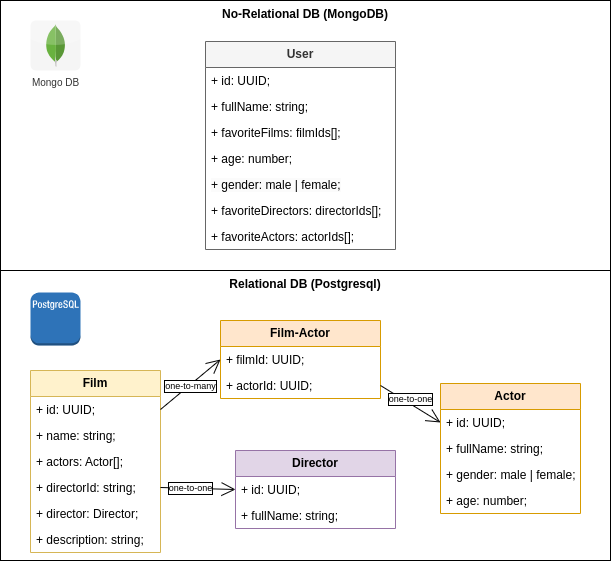
Above: Movies-library.drawio.png in 21Michael/movies-library (draw.io), before the change. Source tidied: cells renumbered, new cells last; positions are measured from the earlier drawing's top-left corner, leaving out a move shared by most shapes.
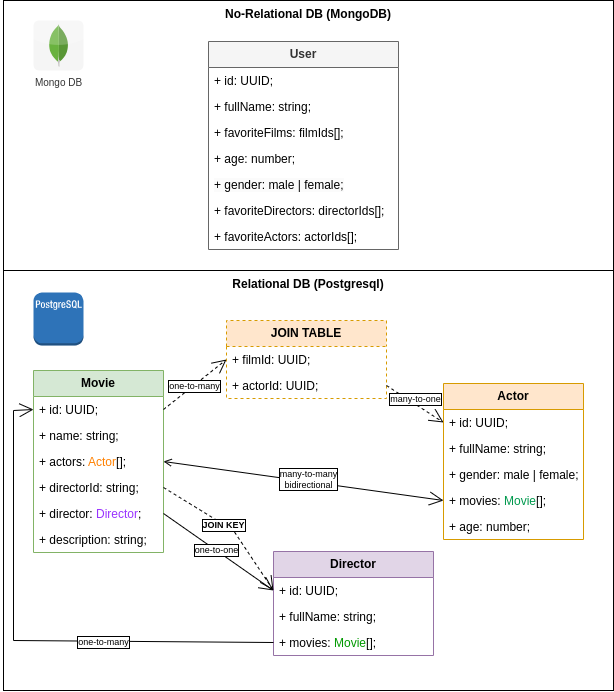
Above is the later version.

Diff of the diagram source:
```diff
@@ -3,9 +3,9 @@
     <mxCell id="0" />
     <mxCell id="1" parent="0" />
     <mxCell id="2" value="Relational DB (Postgresql)" style="rounded=0;whiteSpace=wrap;html=1;verticalAlign=top;fontStyle=1;" parent="1" vertex="1">
-      <mxGeometry y="270" width="610" height="290" as="geometry" />
+      <mxGeometry y="270" width="610" height="420" as="geometry" />
     </mxCell>
-    <mxCell id="3" value="&lt;b&gt;Film&lt;/b&gt;" style="swimlane;fontStyle=0;horizontal=1;startSize=26;fillColor=#fff2cc;whiteSpace=wrap;html=1;strokeColor=#d6b656;" parent="1" vertex="1">
+    <mxCell id="3" value="&lt;b&gt;Movie&lt;/b&gt;" style="swimlane;fontStyle=0;horizontal=1;startSize=26;fillColor=#d5e8d4;whiteSpace=wrap;html=1;strokeColor=#82b366;" parent="1" vertex="1">
       <mxGeometry x="30" y="370" width="130" height="182" as="geometry" />
     </mxCell>
     <mxCell id="4" value="+ id: UUID;" style="text;strokeColor=none;fillColor=none;align=left;verticalAlign=top;spacingLeft=4;spacingRight=4;overflow=hidden;points=[[0,0.5],[1,0.5]];portConstraint=eastwest;whiteSpace=wrap;html=1;" parent="3" vertex="1">
@@ -14,20 +14,20 @@
     <mxCell id="5" value="+ name: string;" style="text;strokeColor=none;fillColor=none;align=left;verticalAlign=top;spacingLeft=4;spacingRight=4;overflow=hidden;whiteSpace=wrap;html=1;" parent="3" vertex="1">
       <mxGeometry y="52" width="130" height="26" as="geometry" />
     </mxCell>
-    <mxCell id="6" value="+ actors: Actor[];" style="text;strokeColor=none;fillColor=none;align=left;verticalAlign=top;spacingLeft=4;spacingRight=4;overflow=hidden;points=[[0,0.5],[1,0.5]];portConstraint=eastwest;whiteSpace=wrap;html=1;" parent="3" vertex="1">
+    <mxCell id="6" value="+ actors: &lt;font color=&quot;#ff8000&quot;&gt;Actor&lt;/font&gt;[];" style="text;strokeColor=none;fillColor=none;align=left;verticalAlign=top;spacingLeft=4;spacingRight=4;overflow=hidden;points=[[0,0.5],[1,0.5]];portConstraint=eastwest;whiteSpace=wrap;html=1;" parent="3" vertex="1">
       <mxGeometry y="78" width="130" height="26" as="geometry" />
     </mxCell>
     <mxCell id="7" value="+ directorId: string;" style="text;strokeColor=none;fillColor=none;align=left;verticalAlign=top;spacingLeft=4;spacingRight=4;overflow=hidden;points=[[0,0.5],[1,0.5]];portConstraint=eastwest;whiteSpace=wrap;html=1;" parent="3" vertex="1">
       <mxGeometry y="104" width="130" height="26" as="geometry" />
     </mxCell>
-    <mxCell id="8" value="+ director: Director;" style="text;strokeColor=none;fillColor=none;align=left;verticalAlign=top;spacingLeft=4;spacingRight=4;overflow=hidden;points=[[0,0.5],[1,0.5]];portConstraint=eastwest;whiteSpace=wrap;html=1;" parent="3" vertex="1">
+    <mxCell id="8" value="+ director: &lt;font color=&quot;#9933ff&quot;&gt;Director&lt;/font&gt;;" style="text;strokeColor=none;fillColor=none;align=left;verticalAlign=top;spacingLeft=4;spacingRight=4;overflow=hidden;points=[[0,0.5],[1,0.5]];portConstraint=eastwest;whiteSpace=wrap;html=1;" parent="3" vertex="1">
       <mxGeometry y="130" width="130" height="26" as="geometry" />
     </mxCell>
     <mxCell id="9" value="+ description: string;" style="text;strokeColor=none;fillColor=none;align=left;verticalAlign=top;spacingLeft=4;spacingRight=4;overflow=hidden;whiteSpace=wrap;html=1;" parent="3" vertex="1">
       <mxGeometry y="156" width="130" height="26" as="geometry" />
     </mxCell>
     <mxCell id="10" value="&lt;b&gt;Director&lt;/b&gt;" style="swimlane;fontStyle=0;horizontal=1;startSize=26;fillColor=#e1d5e7;whiteSpace=wrap;html=1;strokeColor=#9673a6;" parent="1" vertex="1">
-      <mxGeometry x="235" y="450" width="160" height="78" as="geometry" />
+      <mxGeometry x="270" y="551" width="160" height="104" as="geometry" />
     </mxCell>
     <mxCell id="11" value="+ id: UUID;" style="text;strokeColor=none;fillColor=none;align=left;verticalAlign=top;spacingLeft=4;spacingRight=4;overflow=hidden;points=[[0,0.5],[1,0.5]];portConstraint=eastwest;whiteSpace=wrap;html=1;" parent="10" vertex="1">
       <mxGeometry y="26" width="160" height="26" as="geometry" />
@@ -35,8 +35,11 @@
     <mxCell id="12" value="+ fullName: string;" style="text;strokeColor=none;fillColor=none;align=left;verticalAlign=top;spacingLeft=4;spacingRight=4;overflow=hidden;whiteSpace=wrap;html=1;" parent="10" vertex="1">
       <mxGeometry y="52" width="160" height="26" as="geometry" />
     </mxCell>
+    <mxCell id="38" value="+ movies: &lt;font color=&quot;#009900&quot;&gt;Movie&lt;/font&gt;[];" style="text;strokeColor=none;fillColor=none;align=left;verticalAlign=top;spacingLeft=4;spacingRight=4;overflow=hidden;points=[[0,0.5],[1,0.5]];portConstraint=eastwest;whiteSpace=wrap;html=1;" parent="10" vertex="1">
+      <mxGeometry y="78" width="160" height="26" as="geometry" />
+    </mxCell>
     <mxCell id="13" value="&lt;b&gt;Actor&lt;/b&gt;" style="swimlane;fontStyle=0;horizontal=1;startSize=26;fillColor=#ffe6cc;whiteSpace=wrap;html=1;strokeColor=#d79b00;" parent="1" vertex="1">
-      <mxGeometry x="440" y="383" width="140" height="130" as="geometry" />
+      <mxGeometry x="440" y="383" width="140" height="156" as="geometry" />
     </mxCell>
     <mxCell id="14" value="+ id: UUID;" style="text;strokeColor=none;fillColor=none;align=left;verticalAlign=top;spacingLeft=4;spacingRight=4;overflow=hidden;points=[[0,0.5],[1,0.5]];portConstraint=eastwest;whiteSpace=wrap;html=1;" parent="13" vertex="1">
       <mxGeometry y="26" width="140" height="26" as="geometry" />
@@ -47,9 +50,12 @@
     <mxCell id="16" value="+ gender: male | female;" style="text;strokeColor=none;fillColor=none;align=left;verticalAlign=top;spacingLeft=4;spacingRight=4;overflow=hidden;whiteSpace=wrap;html=1;" parent="13" vertex="1">
       <mxGeometry y="78" width="140" height="26" as="geometry" />
     </mxCell>
-    <mxCell id="17" value="+ age: number;" style="text;strokeColor=none;fillColor=none;align=left;verticalAlign=top;spacingLeft=4;spacingRight=4;overflow=hidden;points=[[0,0.5],[1,0.5]];portConstraint=eastwest;whiteSpace=wrap;html=1;" parent="13" vertex="1">
+    <mxCell id="17" value="+ movies: &lt;font color=&quot;#00994d&quot;&gt;Movie&lt;/font&gt;[];" style="text;strokeColor=none;fillColor=none;align=left;verticalAlign=top;spacingLeft=4;spacingRight=4;overflow=hidden;points=[[0,0.5],[1,0.5]];portConstraint=eastwest;whiteSpace=wrap;html=1;" parent="13" vertex="1">
       <mxGeometry y="104" width="140" height="26" as="geometry" />
     </mxCell>
+    <mxCell id="39" value="+ age: number;&lt;br&gt;" style="text;strokeColor=none;fillColor=none;align=left;verticalAlign=top;spacingLeft=4;spacingRight=4;overflow=hidden;whiteSpace=wrap;html=1;" parent="13" vertex="1">
+      <mxGeometry y="130" width="140" height="26" as="geometry" />
+    </mxCell>
     <mxCell id="18" style="dashed=0;verticalLabelPosition=bottom;verticalAlign=top;align=center;html=1;shape=mxgraph.aws3.postgre_sql_instance;fillColor=#2E73B8;gradientColor=none;" parent="1" vertex="1">
       <mxGeometry x="30" y="292" width="50" height="53" as="geometry" />
     </mxCell>
@@ -83,8 +89,8 @@
     <mxCell id="28" value="Mongo DB" style="dashed=0;html=1;align=center;labelPosition=center;verticalLabelPosition=bottom;verticalAlign=top;shape=mxgraph.webicons.mongodb;fontSize=10;labelBackgroundColor=none;labelBorderColor=none;fillColor=#f5f5f5;fontColor=#333333;strokeColor=default;" parent="1" vertex="1">
       <mxGeometry x="30" y="20" width="50" height="50" as="geometry" />
     </mxCell>
-    <mxCell id="29" value="&lt;b&gt;Film-Actor&lt;/b&gt;" style="swimlane;fontStyle=0;horizontal=1;startSize=26;fillColor=#ffe6cc;whiteSpace=wrap;html=1;strokeColor=#d79b00;" parent="1" vertex="1">
-      <mxGeometry x="220" y="320" width="160" height="78" as="geometry" />
+    <mxCell id="29" value="&lt;b&gt;JOIN TABLE&lt;/b&gt;" style="swimlane;fontStyle=0;horizontal=1;startSize=26;fillColor=#ffe6cc;whiteSpace=wrap;html=1;strokeColor=#d79b00;dashed=1;" parent="1" vertex="1">
+      <mxGeometry x="223" y="320" width="160" height="78" as="geometry" />
     </mxCell>
     <mxCell id="30" value="+ filmId: UUID;" style="text;strokeColor=none;fillColor=none;align=left;verticalAlign=top;spacingLeft=4;spacingRight=4;overflow=hidden;points=[[0,0.5],[1,0.5]];portConstraint=eastwest;whiteSpace=wrap;html=1;" parent="29" vertex="1">
       <mxGeometry y="26" width="160" height="26" as="geometry" />
@@ -92,15 +98,15 @@
     <mxCell id="31" value="+ actorId: UUID;" style="text;strokeColor=none;fillColor=none;align=left;verticalAlign=top;spacingLeft=4;spacingRight=4;overflow=hidden;points=[[0,0.5],[1,0.5]];portConstraint=eastwest;whiteSpace=wrap;html=1;" parent="29" vertex="1">
       <mxGeometry y="52" width="160" height="26" as="geometry" />
     </mxCell>
-    <mxCell id="32" style="endArrow=open;endFill=1;endSize=12;html=1;rounded=0;exitX=1;exitY=0.5;exitDx=0;exitDy=0;entryX=0;entryY=0.5;entryDx=0;entryDy=0;" parent="1" edge="1" source="7" target="11">
+    <mxCell id="32" style="endArrow=open;endFill=1;endSize=12;html=1;rounded=0;exitX=1;exitY=0.5;exitDx=0;exitDy=0;entryX=0;entryY=0.5;entryDx=0;entryDy=0;startArrow=none;startFill=0;" parent="1" edge="1" source="8" target="11">
       <mxGeometry relative="1" as="geometry" />
     </mxCell>
     <mxCell id="33" value="one-to-one" style="edgeLabel;html=1;align=center;verticalAlign=middle;labelBorderColor=default;fontSize=9;" parent="32" vertex="1">
       <mxGeometry x="-0.36" y="1" relative="1" as="geometry">
-        <mxPoint x="6" y="1" as="offset" />
+        <mxPoint x="17" y="13" as="offset" />
       </mxGeometry>
     </mxCell>
-    <mxCell id="34" style="endArrow=open;endFill=1;endSize=12;html=1;rounded=0;exitX=1;exitY=0.5;exitDx=0;exitDy=0;entryX=0;entryY=0.5;entryDx=0;entryDy=0;" parent="1" edge="1" source="4" target="30">
+    <mxCell id="34" style="endArrow=open;endFill=1;endSize=12;html=1;rounded=0;exitX=1;exitY=0.5;exitDx=0;exitDy=0;entryX=0;entryY=0.5;entryDx=0;entryDy=0;dashed=1;" parent="1" edge="1" source="4" target="30">
       <mxGeometry relative="1" as="geometry" />
     </mxCell>
     <mxCell id="35" value="one-to-many" style="edgeLabel;html=1;align=center;verticalAlign=middle;labelBorderColor=default;fontSize=9;" parent="34" vertex="1">
@@ -108,13 +114,46 @@
         <mxPoint x="8" y="-7" as="offset" />
       </mxGeometry>
     </mxCell>
-    <mxCell id="36" style="endArrow=open;endFill=1;endSize=12;html=1;rounded=0;exitX=1;exitY=0.5;exitDx=0;exitDy=0;entryX=0;entryY=0.5;entryDx=0;entryDy=0;" parent="1" edge="1" source="31" target="14">
+    <mxCell id="36" style="endArrow=open;endFill=1;endSize=12;html=1;rounded=0;exitX=1;exitY=0.5;exitDx=0;exitDy=0;entryX=0;entryY=0.5;entryDx=0;entryDy=0;dashed=1;" parent="1" edge="1" source="31" target="14">
       <mxGeometry relative="1" as="geometry" />
     </mxCell>
-    <mxCell id="37" value="one-to-one" style="edgeLabel;html=1;align=center;verticalAlign=middle;labelBorderColor=default;fontSize=9;" parent="36" vertex="1">
+    <mxCell id="37" value="many-to-one" style="edgeLabel;html=1;align=center;verticalAlign=middle;labelBorderColor=default;fontSize=9;" parent="36" vertex="1">
       <mxGeometry x="-0.25" y="-1" relative="1" as="geometry">
         <mxPoint x="8" y="-1" as="offset" />
       </mxGeometry>
     </mxCell>
+    <mxCell id="40" style="endArrow=open;endFill=0;endSize=12;html=1;rounded=0;exitX=1;exitY=0.5;exitDx=0;exitDy=0;entryX=0;entryY=0.5;entryDx=0;entryDy=0;startArrow=open;startFill=0;" parent="1" edge="1" source="6" target="17">
+      <mxGeometry relative="1" as="geometry" />
+    </mxCell>
+    <mxCell id="41" value="many-to-many&lt;br&gt;bidirectional" style="edgeLabel;html=1;align=center;verticalAlign=middle;labelBorderColor=default;fontSize=9;" parent="40" vertex="1">
+      <mxGeometry x="-0.25" y="-1" relative="1" as="geometry">
+        <mxPoint x="40" y="2" as="offset" />
+      </mxGeometry>
+    </mxCell>
+    <mxCell id="42" style="endArrow=open;endFill=1;endSize=12;html=1;rounded=0;exitX=1;exitY=0.5;exitDx=0;exitDy=0;entryX=0;entryY=0.5;entryDx=0;entryDy=0;startArrow=none;startFill=0;dashed=1;" parent="1" edge="1" source="7" target="11">
+      <mxGeometry relative="1" as="geometry">
+        <Array as="points">
+          <mxPoint x="230" y="530" />
+        </Array>
+      </mxGeometry>
+    </mxCell>
+    <mxCell id="43" value="JOIN KEY" style="edgeLabel;html=1;align=center;verticalAlign=middle;labelBorderColor=default;fontSize=9;fontStyle=1;" parent="42" vertex="1">
+      <mxGeometry x="-0.36" y="1" relative="1" as="geometry">
+        <mxPoint x="17" y="13" as="offset" />
+      </mxGeometry>
+    </mxCell>
+    <mxCell id="44" style="endArrow=open;endFill=1;endSize=12;html=1;rounded=0;exitX=0;exitY=0.5;exitDx=0;exitDy=0;entryX=0;entryY=0.5;entryDx=0;entryDy=0;startArrow=none;startFill=0;" parent="1" edge="1" source="38" target="4">
+      <mxGeometry relative="1" as="geometry">
+        <Array as="points">
+          <mxPoint x="10" y="640" />
+          <mxPoint x="10" y="410" />
+        </Array>
+      </mxGeometry>
+    </mxCell>
+    <mxCell id="45" value="one-to-many" style="edgeLabel;html=1;align=center;verticalAlign=middle;labelBorderColor=default;fontSize=9;" parent="44" vertex="1">
+      <mxGeometry x="-0.36" y="1" relative="1" as="geometry">
+        <mxPoint x="-8" as="offset" />
+      </mxGeometry>
+    </mxCell>
   </root>
 </mxGraphModel>
```
